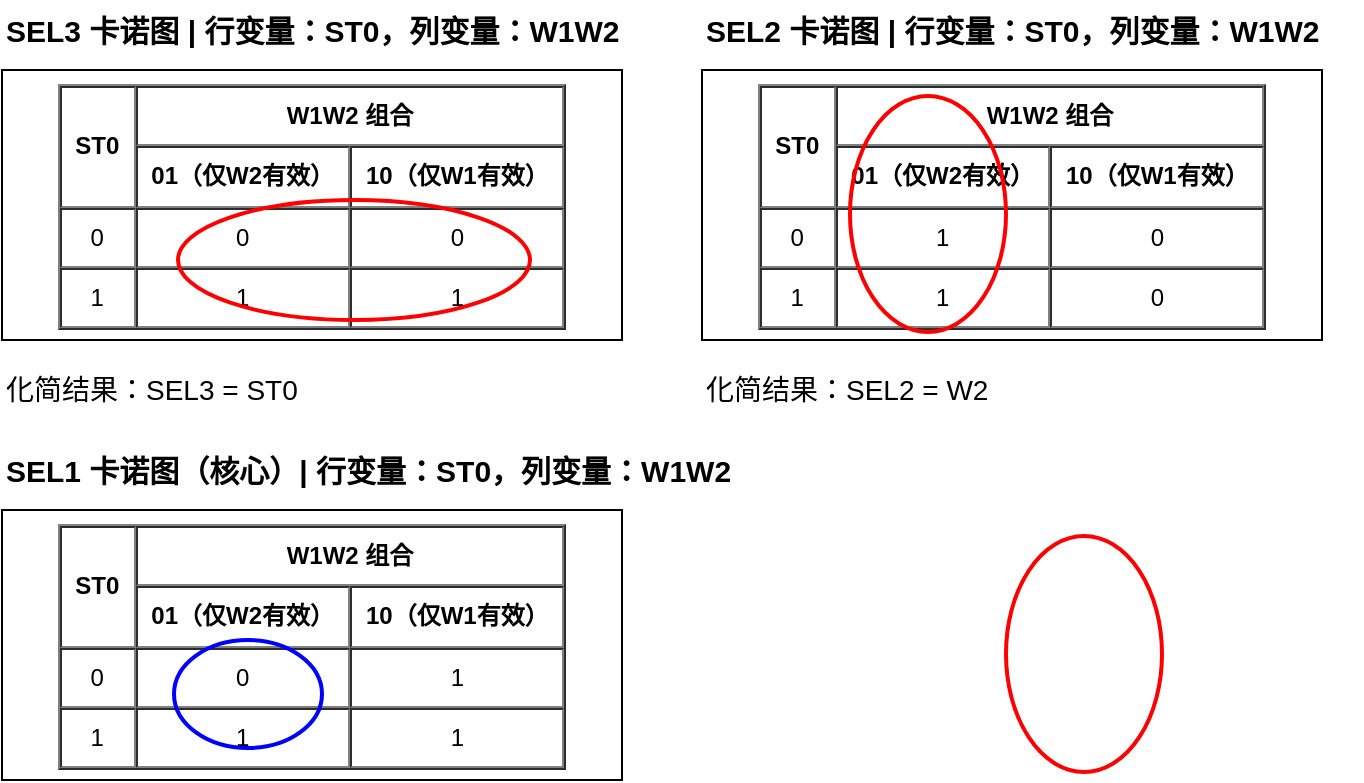
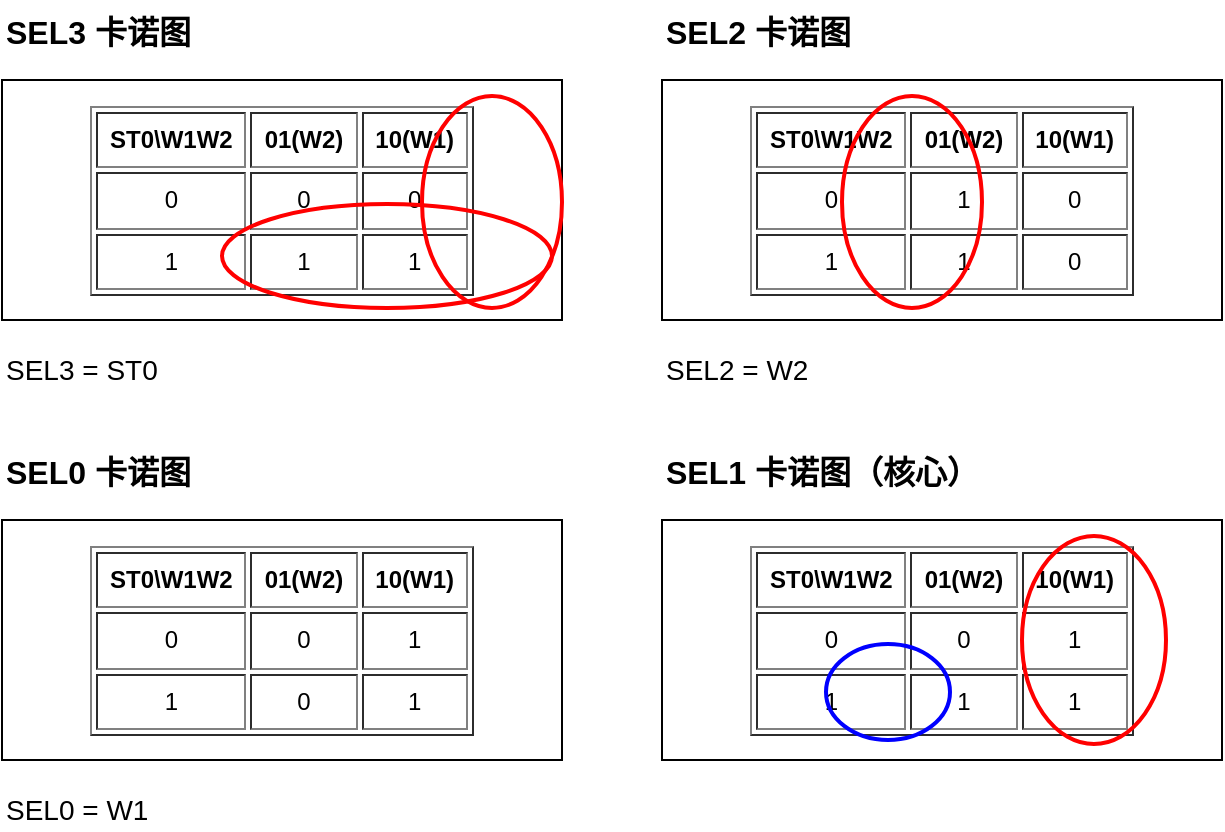
<mxfile host="app.diagrams.net">
-   <diagram id="karnaugh_sel_full_standard" name="SEL3/SEL2/SEL1/SEL0标准卡诺图">
-     <mxGraphModel dx="1320" dy="890" grid="1" gridSize="10" guides="1" tooltips="1" connect="1" arrows="1">
+   <diagram id="karnaugh_sel" name="SEL3~SEL0卡诺图化简">
+     <mxGraphModel dx="1200" dy="800" grid="1" gridSize="10" guides="1" tooltips="1" connect="1" arrows="1">
      <root>
        <mxCell id="0"/>
        <mxCell id="1" parent="0"/>
- 
-         <!-- ===================== 左上 SEL3 卡诺图 ===================== -->
-         <mxCell id="title_sel3" value="SEL3 卡诺图 | 行变量：ST0，列变量：W1W2" style="text;html=1;strokeColor=none;fillColor=none;fontSize=15;fontStyle=1" vertex="1" parent="1">
-           <mxGeometry x="20" y="10" width="330" height="30" as="geometry"/>
+         <!-- ========== 1. SEL3 卡诺图 ========== -->
+         <mxCell id="title_sel3" value="SEL3 卡诺图" style="text;html=1;strokeColor=none;fillColor=none;fontSize=16;fontStyle=1" vertex="1" parent="1">
+           <mxGeometry x="20" y="20" width="150" height="30" as="geometry"/>
        </mxCell>
-         <mxCell id="table_sel3" value="&lt;table border='1' cellpadding='7' cellspacing='0'&gt;
- &lt;tr&gt;&lt;th rowspan='2'&gt;ST0&lt;/th&gt;&lt;th colspan='2'&gt;W1W2 组合&lt;/th&gt;&lt;/tr&gt;
- &lt;tr&gt;&lt;th&gt;01（仅W2有效）&lt;/th&gt;&lt;th&gt;10（仅W1有效）&lt;/th&gt;&lt;/tr&gt;
- &lt;tr&gt;&lt;td&gt;0&lt;/td&gt;&lt;td&gt;0&lt;/td&gt;&lt;td&gt;0&lt;/td&gt;&lt;/tr&gt;
- &lt;tr&gt;&lt;td&gt;1&lt;/td&gt;&lt;td&gt;1&lt;/td&gt;&lt;td&gt;1&lt;/td&gt;&lt;/tr&gt;
- &lt;/table&gt;" style="html=1;whiteSpace=wrap;fillColor=#ffffff;strokeColor=#000000;strokeWidth=1" vertex="1" parent="1">
-           <mxGeometry x="20" y="45" width="310" height="135" as="geometry"/>
+         <mxCell id="sel3_table" value="&lt;table border='1' cellpadding='6'&gt;&lt;tr&gt;&lt;th&gt;ST0\W1W2&lt;/th&gt;&lt;th&gt;01(W2)&lt;/th&gt;&lt;th&gt;10(W1)&lt;/th&gt;&lt;/tr&gt;&lt;tr&gt;&lt;td&gt;0&lt;/td&gt;&lt;td&gt;0&lt;/td&gt;&lt;td&gt;0&lt;/td&gt;&lt;/tr&gt;&lt;tr&gt;&lt;td&gt;1&lt;/td&gt;&lt;td&gt;1&lt;/td&gt;&lt;td&gt;1&lt;/td&gt;&lt;/tr&gt;&lt;/table&gt;" style="html=1;whiteSpace=wrap;fillColor=white;strokeColor=black" vertex="1" parent="1">
+           <mxGeometry x="20" y="60" width="280" height="120" as="geometry"/>
        </mxCell>
-         <!-- 精准红椭圆：框住ST0=1整行两个格子 -->
-         <mxCell id="circle_sel3" value="" style="ellipse;strokeColor=#ff0000;strokeWidth=2;fillColor=none" vertex="1" parent="1">
-           <mxGeometry x="108" y="110" width="176" height="60" as="geometry"/>
+         <mxCell id="sel3_circle" value="" style="ellipse;strokeColor=#ff0000;strokeWidth=2;fillColor=none;dashed=0" vertex="1" parent="1">
+           <mxGeometry x="130" y="122" width="165" height="52" as="geometry"/>
        </mxCell>
-         <mxCell id="expr_sel3" value="化简结果：SEL3 = ST0" style="text;html=1;strokeColor=none;fillColor=none;fontSize=14" vertex="1" parent="1">
-           <mxGeometry x="20" y="190" width="220" height="26" as="geometry"/>
+         <mxCell id="sel3_expr" value="SEL3 = ST0" style="text;html=1;strokeColor=none;fillColor=none;fontSize=14" vertex="1" parent="1">
+           <mxGeometry x="20" y="190" width="200" height="25" as="geometry"/>
        </mxCell>

-         <!-- ===================== 右上 SEL2 卡诺图 ===================== -->
-         <mxCell id="title_sel2" value="SEL2 卡诺图 | 行变量：ST0，列变量：W1W2" style="text;html=1;strokeColor=none;fillColor=none;fontSize=15;fontStyle=1" vertex="1" parent="1">
-           <mxGeometry x="370" y="10" width="330" height="30" as="geometry"/>
+         <!-- ========== 2. SEL2 卡诺图 ========== -->
+         <mxCell id="title_sel2" value="SEL2 卡诺图" style="text;html=1;strokeColor=none;fillColor=none;fontSize=16;fontStyle=1" vertex="1" parent="1">
+           <mxGeometry x="350" y="20" width="150" height="30" as="geometry"/>
        </mxCell>
-         <mxCell id="table_sel2" value="&lt;table border='1' cellpadding='7' cellspacing='0'&gt;
- &lt;tr&gt;&lt;th rowspan='2'&gt;ST0&lt;/th&gt;&lt;th colspan='2'&gt;W1W2 组合&lt;/th&gt;&lt;/tr&gt;
- &lt;tr&gt;&lt;th&gt;01（仅W2有效）&lt;/th&gt;&lt;th&gt;10（仅W1有效）&lt;/th&gt;&lt;/tr&gt;
- &lt;tr&gt;&lt;td&gt;0&lt;/td&gt;&lt;td&gt;1&lt;/td&gt;&lt;td&gt;0&lt;/td&gt;&lt;/tr&gt;
- &lt;tr&gt;&lt;td&gt;1&lt;/td&gt;&lt;td&gt;1&lt;/td&gt;&lt;td&gt;0&lt;/td&gt;&lt;/tr&gt;
- &lt;/table&gt;" style="html=1;whiteSpace=wrap;fillColor=#ffffff;strokeColor=#000000;strokeWidth=1" vertex="1" parent="1">
-           <mxGeometry x="370" y="45" width="310" height="135" as="geometry"/>
+         <mxCell id="sel2_table" value="&lt;table border='1' cellpadding='6'&gt;&lt;tr&gt;&lt;th&gt;ST0\W1W2&lt;/th&gt;&lt;th&gt;01(W2)&lt;/th&gt;&lt;th&gt;10(W1)&lt;/th&gt;&lt;/tr&gt;&lt;tr&gt;&lt;td&gt;0&lt;/td&gt;&lt;td&gt;1&lt;/td&gt;&lt;td&gt;0&lt;/td&gt;&lt;/tr&gt;&lt;tr&gt;&lt;td&gt;1&lt;/td&gt;&lt;td&gt;1&lt;/td&gt;&lt;td&gt;0&lt;/td&gt;&lt;/tr&gt;&lt;/table&gt;" style="html=1;whiteSpace=wrap;fillColor=white;strokeColor=black" vertex="1" parent="1">
+           <mxGeometry x="350" y="60" width="280" height="120" as="geometry"/>
        </mxCell>
-         <!-- 精准红椭圆：框住W2=1整列两个格子 -->
-         <mxCell id="circle_sel2" value="" style="ellipse;strokeColor=#ff0000;strokeWidth=2;fillColor=none" vertex="1" parent="1">
-           <mxGeometry x="444" y="58" width="78" height="118" as="geometry"/>
+         <mxCell id="sel2_circle" value="" style="ellipse;strokeColor=#ff0000;strokeWidth=2;fillColor=none;dashed=0" vertex="1" parent="1">
+           <mxGeometry x="440" y="68" width="70" height="106" as="geometry"/>
        </mxCell>
-         <mxCell id="expr_sel2" value="化简结果：SEL2 = W2" style="text;html=1;strokeColor=none;fillColor=none;fontSize=14" vertex="1" parent="1">
-           <mxGeometry x="370" y="190" width="220" height="26" as="geometry"/>
+         <mxCell id="sel2_expr" value="SEL2 = W2" style="text;html=1;strokeColor=none;fillColor=none;fontSize=14" vertex="1" parent="1">
+           <mxGeometry x="350" y="190" width="200" height="25" as="geometry"/>
        </mxCell>

-         <!-- ===================== 左下 SEL1 核心卡诺图 ===================== -->
-         <mxCell id="title_sel1" value="SEL1 卡诺图（核心）| 行变量：ST0，列变量：W1W2" style="text;html=1;strokeColor=none;fillColor=none;fontSize=15;fontStyle=1" vertex="1" parent="1">
-           <mxGeometry x="20" y="230" width="360" height="30" as="geometry"/>
+         <!-- ========== 3. SEL0 卡诺图 ========== -->
+         <mxCell id="title_sel0" value="SEL0 卡诺图" style="text;html=1;strokeColor=none;fillColor=none;fontSize=16;fontStyle=1" vertex="1" parent="1">
+           <mxGeometry x="20" y="240" width="150" height="30" as="geometry"/>
        </mxCell>
-         <mxCell id="table_sel1" value="&lt;table border='1' cellpadding='7' cellspacing='0'&gt;
- &lt;tr&gt;&lt;th rowspan='2'&gt;ST0&lt;/th&gt;&lt;th colspan='2'&gt;W1W2 组合&lt;/th&gt;&lt;/tr&gt;
- &lt;tr&gt;&lt;th&gt;01（仅W2有效）&lt;/th&gt;&lt;th&gt;10（仅W1有效）&lt;/th&gt;&lt;/tr&gt;
- &lt;tr&gt;&lt;td&gt;0&lt;/td&gt;&lt;td&gt;0&lt;/td&gt;&lt;td&gt;1&lt;/td&gt;&lt;/tr&gt;
- &lt;tr&gt;&lt;td&gt;1&lt;/td&gt;&lt;td&gt;1&lt;/td&gt;&lt;td&gt;1&lt;/td&gt;&lt;/tr&gt;
- &lt;/table&gt;" style="html=1;whiteSpace=wrap;fillColor=#ffffff;strokeColor=#000000;strokeWidth=1" vertex="1" parent="1">
-           <mxGeometry x="20" y="265" width="310" height="135" as="geometry"/>
+         <mxCell id="sel0_table" value="&lt;table border='1' cellpadding='6'&gt;&lt;tr&gt;&lt;th&gt;ST0\W1W2&lt;/th&gt;&lt;th&gt;01(W2)&lt;/th&gt;&lt;th&gt;10(W1)&lt;/th&gt;&lt;/tr&gt;&lt;tr&gt;&lt;td&gt;0&lt;/td&gt;&lt;td&gt;0&lt;/td&gt;&lt;td&gt;1&lt;/td&gt;&lt;/tr&gt;&lt;tr&gt;&lt;td&gt;1&lt;/td&gt;&lt;td&gt;0&lt;/td&gt;&lt;td&gt;1&lt;/td&gt;&lt;/tr&gt;&lt;/table&gt;" style="html=1;whiteSpace=wrap;fillColor=white;strokeColor=black" vertex="1" parent="1">
+           <mxGeometry x="20" y="280" width="280" height="120" as="geometry"/>
        </mxCell>
-         <!-- 红椭圆：框住W1=1右列两格 -->
-         <mxCell id="circle_sel1_red" value="" style="ellipse;strokeColor=#ff0000;strokeWidth=2;fillColor=none" vertex="1" parent="1">
-           <mxGeometry x="522" y="278" width="78" height="118" as="geometry"/>
+         <mxCell id="sel0_circle" value="" style="ellipse;strokeColor=#ff0000;strokeWidth=2;fillColor=none;dashed=0" vertex="1" parent="1">
+           <mxGeometry x="230" y="68" width="70" height="106" as="geometry"/>
        </mxCell>
-         <!-- 蓝椭圆：框住ST0=1、W2=1单个格子 -->
-         <mxCell id="circle_sel1_blue" value="" style="ellipse;strokeColor=#0000ff;strokeWidth=2;fillColor=none" vertex="1" parent="1">
-           <mxGeometry x="106" y="330" width="74" height="54" as="geometry"/>
-         </mxCell>
-         <mxCell id="expr_sel1" value="化简结果：SEL1 = W1 | (ST0 & W2) = (~ST0 & W1) | (ST0 & W2)" style="text;html=1;strokeColor=none;fillColor=none;fontSize=14" vertex="1" parent="1">
-           <mxGeometry x="20" y="410" width="350" height="26" as="geometry"/>
+         <mxCell id="sel0_expr" value="SEL0 = W1" style="text;html=1;strokeColor=none;fillColor=none;fontSize=14" vertex="1" parent="1">
+           <mxGeometry x="20" y="410" width="200" height="25" as="geometry"/>
        </mxCell>

-         <!-- ===================== 右下 SEL0 卡诺图 ===================== -->
-         <mxCell id="title_sel0" value="SEL0 卡诺图 | 行变量：ST0，列变量：W1W2" style="text;html=1;strokeColor=none;fillColor=none;fontSize=15;fontStyle=1" vertex="1" parent="1">
-           <mxGeometry x="370" y="230" width="330" height="30" as="geometry"/>
+         <!-- ========== 4. SEL1 核心卡诺图（带两组圈选） ========== -->
+         <mxCell id="title_sel1" value="SEL1 卡诺图（核心）" style="text;html=1;strokeColor=none;fillColor=none;fontSize=16;fontStyle=1" vertex="1" parent="1">
+           <mxGeometry x="350" y="240" width="200" height="30" as="geometry"/>
        </mxCell>
-         <mxCell id="table_sel0" value="&lt;table border='1' cellpadding='7' cellspacing='0'&gt;
- &lt;tr&gt;&lt;th rowspan='2'&gt;ST0&lt;/th&gt;&lt;th colspan='2'&gt;W1W2 组合&lt;/th&gt;&lt;/tr&gt;
- &lt;tr&gt;&lt;th&gt;01（仅W2有效）&lt;/th&gt;&lt;th&gt;10（仅W1有效）&lt;/th&gt;&lt;/tr&gt;
- &lt;tr&gt;&lt;td&gt;0&lt;/td&gt;&lt;td&gt;0&lt;/td&gt;&lt;td&gt;1&lt;/td&gt;&lt;/tr&gt;
- &lt;tr&gt;&lt;td&gt;1&lt;/td&gt;&lt;td&gt;0&lt;/td&gt;&lt;td&gt;1&lt;/td&gt;&lt;/tr&gt;
- &lt;/table&gt;" style="html=1;whiteSpace=wrap;fillColor=#ffffff;strokeColor=#000000;strokeWidth=1" vertex="1" parent="1">
-           <mxGeometry x="370" y="265" width="310" height="135" as="geometry"/>
+         <mxCell id="sel1_table" value="&lt;table border='1' cellpadding='6'&gt;&lt;tr&gt;&lt;th&gt;ST0\W1W2&lt;/th&gt;&lt;th&gt;01(W2)&lt;/th&gt;&lt;th&gt;10(W1)&lt;/th&gt;&lt;/tr&gt;&lt;tr&gt;&lt;td&gt;0&lt;/td&gt;&lt;td&gt;0&lt;/td&gt;&lt;td&gt;1&lt;/td&gt;&lt;/tr&gt;&lt;tr&gt;&lt;td&gt;1&lt;/td&gt;&lt;td&gt;1&lt;/td&gt;&lt;td&gt;1&lt;/td&gt;&lt;/tr&gt;&lt;/table&gt;" style="html=1;whiteSpace=wrap;fillColor=white;strokeColor=black" vertex="1" parent="1">
+           <mxGeometry x="350" y="280" width="280" height="120" as="geometry"/>
        </mxCell>
-         <!-- 精准红椭圆：框住W1=1整列两个格子 -->
-         <mxCell id="circle_sel0" value="" style="ellipse;strokeColor=#ff0000;strokeWidth=2;fillColor=none" vertex="1" parent="1">
-           <mxGeometry x="594" y="278" width="78" height="118" as="geometry"/>
+         <!-- 圈1：右列W1全部单元格 -->
+         <mxCell id="sel1_c1" value="" style="ellipse;strokeColor=#ff0000;strokeWidth=2;fillColor=none" vertex="1" parent="1">
+           <mxGeometry x="530" y="288" width="72" height="104" as="geometry"/>
        </mxCell>
-         <mxCell id="expr_sel0" value="化简结果：SEL0 = W1" style="text;html=1;strokeColor=none;fillColor=none;fontSize=14" vertex="1" parent="1">
-           <mxGeometry x="370" y="410" width="220" height="26" as="geometry"/>
+         <!-- 圈2：左下 ST0=1,W2=1 单元格 -->
+         <mxCell id="sel1_c2" value="" style="ellipse;strokeColor=#0000ff;strokeWidth=2;fillColor=none" vertex="1" parent="1">
+           <mxGeometry x="432" y="342" width="62" height="48" as="geometry"/>
        </mxCell>
- 
+         <mxCell id="sel1_expr" value="SEL1 = W1 | (ST0 & W2) = (~ST0 & W1) | (ST0 & W2)" style="text;html=1;strokeColor=none;fillColor=none;fontSize=14" vertex="1" parent="1">
+           <mxGeometry x="350" y="410" width="320" height="25" as="geometry"/>
+         </mxCell>
      </root>
    </mxGraphModel>
  </diagram>
</mxfile>
